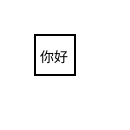
Above: test.drawio in JohnnyPan0513/HuaYen (draw.io), before the change. Source tidied: cells renumbered, new cells numbered last; positions are measured from the earlier drawing's top-left corner, leaving out a move shared by most shapes. Both pictures are drawn from the tidied source at 200%, with x=0, y=0 at pixel (34, 34).
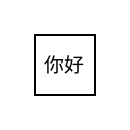
After the change.

The edit, as a diff of the source:
```diff
@@
 <mxGraphModel>
   <root>
     <mxCell id="0" />
     <mxCell id="1" parent="0" />
-    <mxCell id="2" value="&lt;font style=&quot;font-size: 7px;&quot;&gt;你好&lt;/font&gt;" style="whiteSpace=wrap;html=1;" parent="1" vertex="1">
-      <mxGeometry width="20" height="20" as="geometry" />
+    <mxCell id="2" value="&lt;font style=&quot;font-size: 10px;&quot;&gt;你好&lt;/font&gt;" style="whiteSpace=wrap;html=1;" parent="1" vertex="1">
+      <mxGeometry width="30" height="30" as="geometry" />
     </mxCell>
   </root>
 </mxGraphModel>
```
